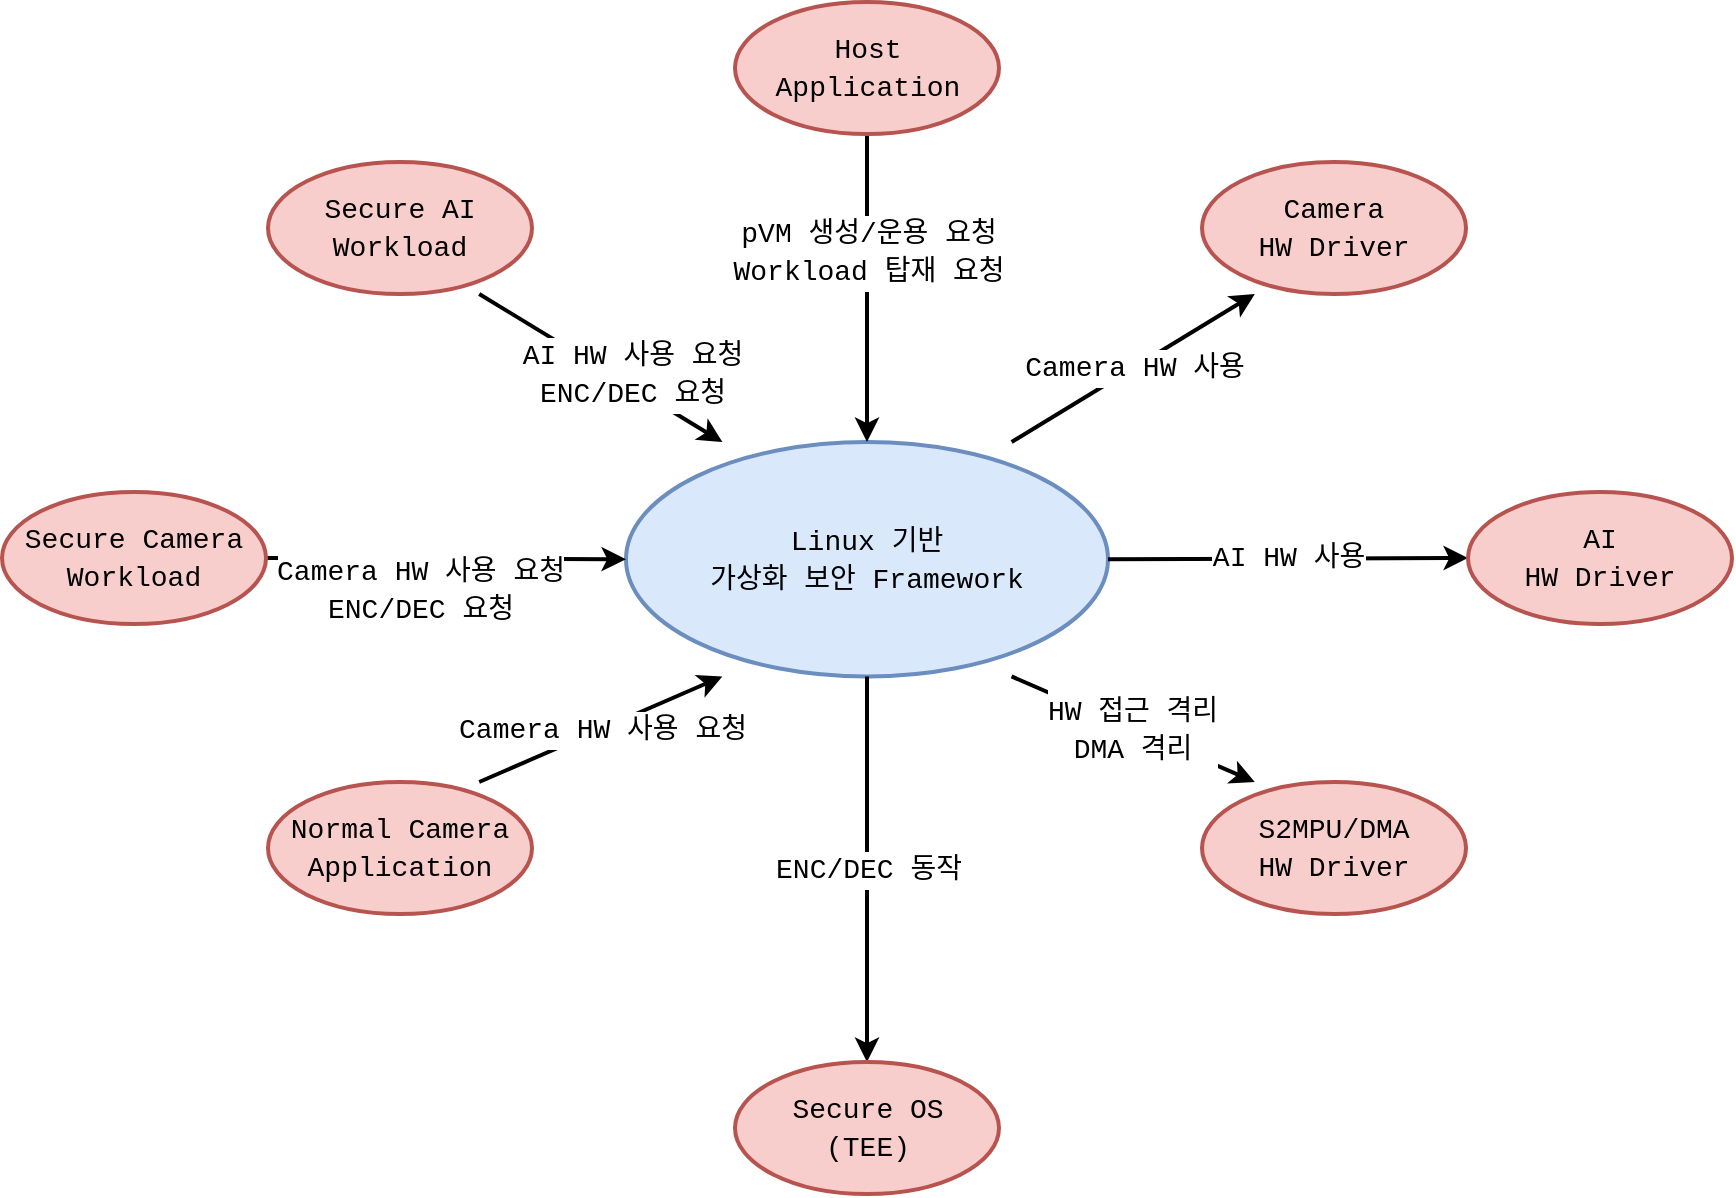
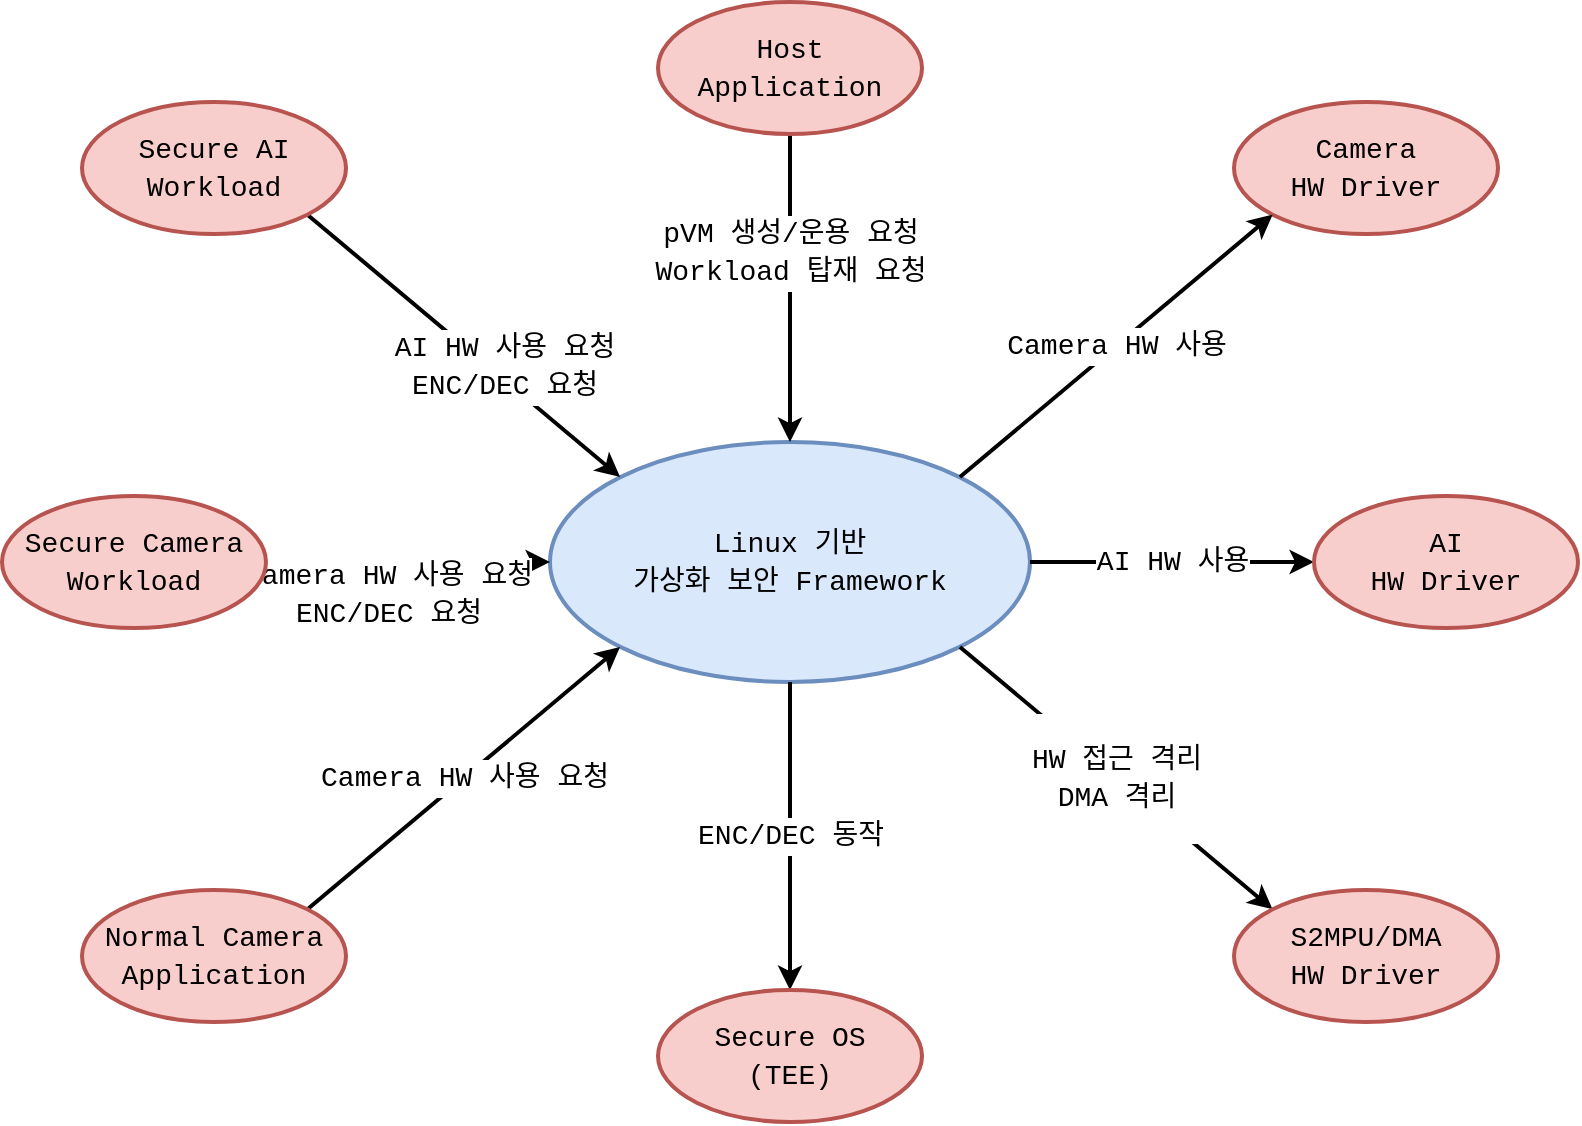
<mxfile host="Electron">
  <diagram name="페이지-1" id="O1gHUZku-QY6lvIbZebq">
    <mxGraphModel dx="320" dy="626" grid="1" gridSize="10" guides="1" tooltips="1" connect="1" arrows="1" fold="1" page="1" pageScale="1" pageWidth="827" pageHeight="1169" math="0" shadow="0">
      <root>
        <mxCell id="0" />
        <mxCell id="1" parent="0" />
        <mxCell id="WeuE258NsUWf7OQpjnIA-1" parent="1" style="ellipse;whiteSpace=wrap;html=1;labelBackgroundColor=none;strokeWidth=2;fillColor=#dae8fc;strokeColor=#6c8ebf;" value="&lt;div style=&quot;font-family: Consolas, &amp;quot;Courier New&amp;quot;, monospace; font-size: 14px; line-height: 19px; white-space: pre;&quot;&gt;&lt;span style=&quot;&quot;&gt;Linux 기반&lt;/span&gt;&lt;/div&gt;&lt;div style=&quot;font-family: Consolas, &amp;quot;Courier New&amp;quot;, monospace; font-size: 14px; line-height: 19px; white-space: pre;&quot;&gt;&lt;span style=&quot;&quot;&gt;가상화 보안 Framework&lt;/span&gt;&lt;/div&gt; " vertex="1">
-           <mxGeometry height="117.22" width="241" x="1259" y="900" as="geometry" />
+           <mxGeometry height="120" width="240" x="294" y="260" as="geometry" />
        </mxCell>
        <mxCell id="WeuE258NsUWf7OQpjnIA-2" edge="1" parent="1" source="WeuE258NsUWf7OQpjnIA-3" style="rounded=0;jettySize=auto;html=1;endArrow=classic;endFill=1;strokeWidth=2;startArrow=none;startFill=0;entryX=0.500;entryY=0.000;entryDx=0;entryDy=0;entryPerimeter=0;exitX=0.500;exitY=1.000;exitDx=0;exitDy=0;exitPerimeter=0;" target="WeuE258NsUWf7OQpjnIA-1" value="&lt;div style=&quot;color: rgb(0, 0, 0); background-color: rgb(255, 255, 255); font-family: Consolas, &amp;quot;Courier New&amp;quot;, monospace; font-weight: normal; font-size: 14px; line-height: 19px; white-space: pre;&quot;&gt;&lt;div&gt;&lt;span style=&quot;color: rgb(0, 0, 0);&quot;&gt;pVM 생성/운용 요청&lt;/span&gt;&lt;/div&gt;&lt;div&gt;&lt;span style=&quot;color: rgb(0, 0, 0);&quot;&gt;Workload 탑재 요청&lt;/span&gt;&lt;/div&gt;&lt;/div&gt;">
          <mxGeometry relative="1" x="-0.2381" as="geometry">
            <mxPoint as="offset" />
          </mxGeometry>
        </mxCell>
        <mxCell id="WeuE258NsUWf7OQpjnIA-3" parent="1" style="ellipse;whiteSpace=wrap;html=1;labelBackgroundColor=none;strokeWidth=2;fillColor=#f8cecc;strokeColor=#b85450;" value="&lt;div style=&quot;font-family: Consolas, &amp;quot;Courier New&amp;quot;, monospace; font-size: 14px; line-height: 19px; white-space: pre;&quot;&gt;&lt;div style=&quot;line-height: 19px;&quot;&gt;&lt;span style=&quot;&quot;&gt;Host&lt;/span&gt;&lt;/div&gt;&lt;div style=&quot;line-height: 19px;&quot;&gt;&lt;span style=&quot;&quot;&gt;Application&lt;/span&gt;&lt;/div&gt;&lt;/div&gt; " vertex="1">
-           <mxGeometry height="66" width="132" x="1313.5" y="680" as="geometry" />
+           <mxGeometry height="66" width="132" x="348" y="40" as="geometry" />
        </mxCell>
-         <mxCell id="WeuE258NsUWf7OQpjnIA-4" edge="1" parent="1" source="WeuE258NsUWf7OQpjnIA-5" style="rounded=0;jettySize=auto;html=1;endArrow=classic;endFill=1;strokeWidth=2;startArrow=none;startFill=0;entryX=0.200;entryY=0.000;entryDx=0;entryDy=0;entryPerimeter=0;exitX=0.800;exitY=1.000;exitDx=0;exitDy=0;exitPerimeter=0;" target="WeuE258NsUWf7OQpjnIA-1" value="&lt;div style=&quot;color: rgb(0, 0, 0); background-color: rgb(255, 255, 255); font-family: Consolas, &amp;quot;Courier New&amp;quot;, monospace; font-weight: normal; font-size: 14px; line-height: 19px; white-space: pre;&quot;&gt;&lt;div&gt;&lt;span style=&quot;color: rgb(0, 0, 0);&quot;&gt;AI HW 사용 요청&lt;/span&gt;&lt;/div&gt;&lt;div&gt;&lt;span style=&quot;color: rgb(0, 0, 0);&quot;&gt;ENC/DEC 요청&lt;/span&gt;&lt;/div&gt;&lt;/div&gt;">
+         <mxCell id="WeuE258NsUWf7OQpjnIA-4" edge="1" parent="1" source="WeuE258NsUWf7OQpjnIA-5" style="rounded=0;jettySize=auto;html=1;endArrow=classic;endFill=1;strokeWidth=2;startArrow=none;startFill=0;entryX=0.146;entryY=0.146;entryDx=0;entryDy=0;entryPerimeter=0;exitX=0.854;exitY=0.854;exitDx=0;exitDy=0;exitPerimeter=0;" target="WeuE258NsUWf7OQpjnIA-1" value="&lt;div style=&quot;color: rgb(0, 0, 0); background-color: rgb(255, 255, 255); font-family: Consolas, &amp;quot;Courier New&amp;quot;, monospace; font-weight: normal; font-size: 14px; line-height: 19px; white-space: pre;&quot;&gt;&lt;div&gt;&lt;span style=&quot;color: rgb(0, 0, 0);&quot;&gt;AI HW 사용 요청&lt;/span&gt;&lt;/div&gt;&lt;div&gt;&lt;span style=&quot;color: rgb(0, 0, 0);&quot;&gt;ENC/DEC 요청&lt;/span&gt;&lt;/div&gt;&lt;/div&gt;">
          <mxGeometry relative="1" x="0.2103" y="5" as="geometry">
            <mxPoint as="offset" />
          </mxGeometry>
        </mxCell>
        <mxCell id="WeuE258NsUWf7OQpjnIA-5" parent="1" style="ellipse;whiteSpace=wrap;html=1;labelBackgroundColor=none;strokeWidth=2;fillColor=#f8cecc;strokeColor=#b85450;" value="&lt;div style=&quot;font-family: Consolas, &amp;quot;Courier New&amp;quot;, monospace; font-size: 14px; line-height: 19px; white-space: pre;&quot;&gt;&lt;div style=&quot;line-height: 19px;&quot;&gt;&lt;div style=&quot;line-height: 19px;&quot;&gt;Secure AI&lt;/div&gt;&lt;div style=&quot;line-height: 19px;&quot;&gt;&lt;span style=&quot;background-color: transparent; color: light-dark(rgb(0, 0, 0), rgb(237, 237, 237));&quot;&gt;Workload&lt;/span&gt;&lt;br&gt;&lt;/div&gt;&lt;/div&gt;&lt;/div&gt; " vertex="1">
-           <mxGeometry height="66" width="132" x="1080" y="760" as="geometry" />
+           <mxGeometry height="66" width="132" x="60" y="90" as="geometry" />
        </mxCell>
        <mxCell id="WeuE258NsUWf7OQpjnIA-8" parent="1" style="ellipse;whiteSpace=wrap;html=1;fillColor=#f8cecc;labelBackgroundColor=none;strokeWidth=2;strokeColor=#b85450;" value="&lt;div style=&quot;font-family: Consolas, &amp;quot;Courier New&amp;quot;, monospace; font-size: 14px; line-height: 19px; white-space: pre;&quot;&gt;&lt;div style=&quot;line-height: 19px;&quot;&gt;&lt;div style=&quot;line-height: 19px;&quot;&gt;&lt;div style=&quot;line-height: 19px;&quot;&gt;&lt;div style=&quot;line-height: 19px;&quot;&gt;&lt;div style=&quot;line-height: 19px;&quot;&gt;Camera&lt;/div&gt;&lt;div style=&quot;line-height: 19px;&quot;&gt;HW Driver&lt;/div&gt;&lt;/div&gt;&lt;/div&gt;&lt;/div&gt;&lt;/div&gt;&lt;/div&gt; " vertex="1">
-           <mxGeometry height="66" width="132" x="1547" y="760" as="geometry" />
+           <mxGeometry height="66" width="132" x="636" y="90" as="geometry" />
        </mxCell>
        <mxCell id="WeuE258NsUWf7OQpjnIA-9" edge="1" parent="1" source="WeuE258NsUWf7OQpjnIA-10" style="rounded=0;jettySize=auto;html=1;endArrow=none;endFill=0;strokeWidth=2;startArrow=classic;startFill=1;entryX=1.000;entryY=0.500;entryDx=0;entryDy=0;entryPerimeter=0;exitX=0.000;exitY=0.500;exitDx=0;exitDy=0;exitPerimeter=0;" target="WeuE258NsUWf7OQpjnIA-1" value="&lt;div style=&quot;color: rgb(0, 0, 0); background-color: rgb(255, 255, 255); font-family: Consolas, &amp;quot;Courier New&amp;quot;, monospace; font-weight: normal; font-size: 14px; line-height: 19px; white-space: pre;&quot;&gt;&lt;div&gt;&lt;span style=&quot;color: rgb(0, 0, 0);&quot;&gt;AI HW 사용&lt;/span&gt;&lt;/div&gt;&lt;/div&gt;">
          <mxGeometry relative="1" as="geometry" />
        </mxCell>
        <mxCell id="WeuE258NsUWf7OQpjnIA-10" parent="1" style="ellipse;whiteSpace=wrap;html=1;fillColor=#f8cecc;labelBackgroundColor=none;strokeWidth=2;strokeColor=#b85450;" value="&lt;div style=&quot;font-family: Consolas, &amp;quot;Courier New&amp;quot;, monospace; font-size: 14px; line-height: 19px; white-space: pre;&quot;&gt;&lt;div style=&quot;line-height: 19px;&quot;&gt;&lt;div style=&quot;line-height: 19px;&quot;&gt;&lt;div style=&quot;line-height: 19px;&quot;&gt;&lt;div style=&quot;line-height: 19px;&quot;&gt;&lt;div style=&quot;line-height: 19px;&quot;&gt;&lt;div style=&quot;line-height: 19px;&quot;&gt;&lt;div style=&quot;line-height: 19px;&quot;&gt;AI&lt;/div&gt;&lt;div style=&quot;line-height: 19px;&quot;&gt;&lt;span style=&quot;color: light-dark(rgb(0, 0, 0), rgb(237, 237, 237));&quot;&gt;HW Driver&lt;/span&gt;&lt;/div&gt;&lt;/div&gt;&lt;/div&gt;&lt;/div&gt;&lt;/div&gt;&lt;/div&gt;&lt;/div&gt;&lt;/div&gt; " vertex="1">
-           <mxGeometry height="66" width="132" x="1680" y="925" as="geometry" />
+           <mxGeometry height="66" width="132" x="676" y="287" as="geometry" />
        </mxCell>
-         <mxCell id="WeuE258NsUWf7OQpjnIA-11" edge="1" parent="1" source="WeuE258NsUWf7OQpjnIA-12" style="rounded=0;jettySize=auto;html=1;endArrow=none;endFill=0;strokeWidth=2;startArrow=classic;startFill=1;entryX=0.800;entryY=1.000;entryDx=0;entryDy=0;entryPerimeter=0;exitX=0.200;exitY=0.000;exitDx=0;exitDy=0;exitPerimeter=0;" target="WeuE258NsUWf7OQpjnIA-1" value="&lt;br&gt;&lt;div style=&quot;color: rgb(0, 0, 0); background-color: rgb(255, 255, 255); font-family: Consolas, &amp;quot;Courier New&amp;quot;, monospace; font-weight: normal; font-size: 14px; line-height: 19px; white-space: pre;&quot;&gt;&lt;div&gt;&lt;span style=&quot;color: rgb(0, 0, 0);&quot;&gt;HW 접근 격리&lt;/span&gt;&lt;/div&gt;&lt;div&gt;&lt;span style=&quot;color: rgb(0, 0, 0);&quot;&gt;DMA 격리&lt;/span&gt;&lt;/div&gt;&lt;/div&gt;&lt;div&gt;&lt;br/&gt;&lt;/div&gt;">
+         <mxCell id="WeuE258NsUWf7OQpjnIA-11" edge="1" parent="1" source="WeuE258NsUWf7OQpjnIA-12" style="rounded=0;jettySize=auto;html=1;endArrow=none;endFill=0;strokeWidth=2;startArrow=classic;startFill=1;entryX=0.854;entryY=0.854;entryDx=0;entryDy=0;entryPerimeter=0;exitX=0.146;exitY=0.146;exitDx=0;exitDy=0;exitPerimeter=0;" target="WeuE258NsUWf7OQpjnIA-1" value="&lt;br&gt;&lt;div style=&quot;color: rgb(0, 0, 0); background-color: rgb(255, 255, 255); font-family: Consolas, &amp;quot;Courier New&amp;quot;, monospace; font-weight: normal; font-size: 14px; line-height: 19px; white-space: pre;&quot;&gt;&lt;div&gt;&lt;span style=&quot;color: rgb(0, 0, 0);&quot;&gt;HW 접근 격리&lt;/span&gt;&lt;/div&gt;&lt;div&gt;&lt;span style=&quot;color: rgb(0, 0, 0);&quot;&gt;DMA 격리&lt;/span&gt;&lt;/div&gt;&lt;/div&gt;&lt;div&gt;&lt;br/&gt;&lt;/div&gt;">
          <mxGeometry relative="1" as="geometry" />
        </mxCell>
        <mxCell id="WeuE258NsUWf7OQpjnIA-12" parent="1" style="ellipse;whiteSpace=wrap;html=1;fillColor=#f8cecc;labelBackgroundColor=none;strokeWidth=2;strokeColor=#b85450;" value="&lt;div style=&quot;forced-color-adjust: none; color: rgb(0, 0, 0); font-family: Consolas, &amp;quot;Courier New&amp;quot;, monospace; font-size: 14px; font-style: normal; font-variant-ligatures: normal; font-variant-caps: normal; font-weight: 400; letter-spacing: normal; orphans: 2; text-align: center; text-indent: 0px; text-transform: none; widows: 2; word-spacing: 0px; -webkit-text-stroke-width: 0px; white-space: pre; text-decoration-thickness: initial; text-decoration-style: initial; text-decoration-color: initial; line-height: 19px;&quot;&gt;S2MPU/DMA&lt;/div&gt;&lt;div style=&quot;forced-color-adjust: none; color: rgb(0, 0, 0); font-family: Consolas, &amp;quot;Courier New&amp;quot;, monospace; font-size: 14px; font-style: normal; font-variant-ligatures: normal; font-variant-caps: normal; font-weight: 400; letter-spacing: normal; orphans: 2; text-align: center; text-indent: 0px; text-transform: none; widows: 2; word-spacing: 0px; -webkit-text-stroke-width: 0px; white-space: pre; text-decoration-thickness: initial; text-decoration-style: initial; text-decoration-color: initial; line-height: 19px;&quot;&gt;HW Driver&lt;/div&gt;" vertex="1">
-           <mxGeometry height="66" width="132" x="1547" y="1070" as="geometry" />
+           <mxGeometry height="66" width="132" x="636" y="484" as="geometry" />
        </mxCell>
-         <mxCell id="WeuE258NsUWf7OQpjnIA-13" edge="1" parent="1" source="WeuE258NsUWf7OQpjnIA-14" style="rounded=0;jettySize=auto;html=1;endArrow=classic;endFill=1;strokeWidth=2;startArrow=none;startFill=0;entryX=0.200;entryY=1.000;entryDx=0;entryDy=0;entryPerimeter=0;exitX=0.800;exitY=0.000;exitDx=0;exitDy=0;exitPerimeter=0;" target="WeuE258NsUWf7OQpjnIA-1" value="&lt;div style=&quot;color: rgb(0, 0, 0); background-color: rgb(255, 255, 255); font-family: Consolas, &amp;quot;Courier New&amp;quot;, monospace; font-weight: normal; font-size: 14px; line-height: 19px; white-space: pre;&quot;&gt;&lt;div&gt;&lt;span style=&quot;color: rgb(0, 0, 0);&quot;&gt;Camera HW 사용 요청&lt;/span&gt;&lt;/div&gt;&lt;/div&gt;">
+         <mxCell id="WeuE258NsUWf7OQpjnIA-13" edge="1" parent="1" source="WeuE258NsUWf7OQpjnIA-14" style="rounded=0;jettySize=auto;html=1;endArrow=classic;endFill=1;strokeWidth=2;startArrow=none;startFill=0;entryX=0.146;entryY=0.854;entryDx=0;entryDy=0;entryPerimeter=0;exitX=0.854;exitY=0.146;exitDx=0;exitDy=0;exitPerimeter=0;" target="WeuE258NsUWf7OQpjnIA-1" value="&lt;div style=&quot;color: rgb(0, 0, 0); background-color: rgb(255, 255, 255); font-family: Consolas, &amp;quot;Courier New&amp;quot;, monospace; font-weight: normal; font-size: 14px; line-height: 19px; white-space: pre;&quot;&gt;&lt;div&gt;&lt;span style=&quot;color: rgb(0, 0, 0);&quot;&gt;Camera HW 사용 요청&lt;/span&gt;&lt;/div&gt;&lt;/div&gt;">
          <mxGeometry relative="1" as="geometry" />
        </mxCell>
        <mxCell id="WeuE258NsUWf7OQpjnIA-14" parent="1" style="ellipse;whiteSpace=wrap;html=1;labelBackgroundColor=none;strokeWidth=2;fillColor=#f8cecc;strokeColor=#b85450;" value="&lt;div style=&quot;font-family: Consolas, &amp;quot;Courier New&amp;quot;, monospace; font-size: 14px; line-height: 19px; white-space: pre;&quot;&gt;&lt;div style=&quot;line-height: 19px;&quot;&gt;&lt;div style=&quot;line-height: 19px;&quot;&gt;&lt;div style=&quot;line-height: 19px;&quot;&gt;&lt;div style=&quot;line-height: 19px;&quot;&gt;Normal Camera&lt;/div&gt;&lt;div style=&quot;line-height: 19px;&quot;&gt;Application&lt;/div&gt;&lt;/div&gt;&lt;/div&gt;&lt;/div&gt;&lt;/div&gt; " vertex="1">
-           <mxGeometry height="66" width="132" x="1080" y="1070" as="geometry" />
+           <mxGeometry height="66" width="132" x="60" y="484" as="geometry" />
        </mxCell>
        <mxCell id="WeuE258NsUWf7OQpjnIA-15" edge="1" parent="1" source="WeuE258NsUWf7OQpjnIA-16" style="rounded=0;jettySize=auto;html=1;endArrow=none;endFill=0;strokeWidth=2;startArrow=classic;startFill=1;entryX=0.500;entryY=1.000;entryDx=0;entryDy=0;entryPerimeter=0;exitX=0.500;exitY=0.000;exitDx=0;exitDy=0;exitPerimeter=0;" target="WeuE258NsUWf7OQpjnIA-1" value="&lt;div style=&quot;color: rgb(0, 0, 0); background-color: rgb(255, 255, 255); font-family: Consolas, &amp;quot;Courier New&amp;quot;, monospace; font-weight: normal; font-size: 14px; line-height: 19px; white-space: pre;&quot;&gt;&lt;div&gt;&lt;span style=&quot;color: rgb(0, 0, 0);&quot;&gt;ENC/DEC 동작&lt;/span&gt;&lt;/div&gt;&lt;/div&gt;">
          <mxGeometry relative="1" as="geometry" />
        </mxCell>
        <mxCell id="WeuE258NsUWf7OQpjnIA-16" parent="1" style="ellipse;whiteSpace=wrap;html=1;fillColor=#f8cecc;labelBackgroundColor=none;strokeWidth=2;strokeColor=#b85450;" value="&lt;div style=&quot;font-family: Consolas, &amp;quot;Courier New&amp;quot;, monospace; font-size: 14px; line-height: 19px; white-space: pre;&quot;&gt;&lt;div style=&quot;line-height: 19px;&quot;&gt;&lt;div style=&quot;line-height: 19px;&quot;&gt;&lt;div style=&quot;line-height: 19px;&quot;&gt;&lt;div style=&quot;line-height: 19px;&quot;&gt;&lt;div style=&quot;line-height: 19px;&quot;&gt;&lt;div style=&quot;line-height: 19px;&quot;&gt;Secure OS&lt;/div&gt;&lt;div style=&quot;line-height: 19px;&quot;&gt;(TEE)&lt;/div&gt;&lt;/div&gt;&lt;/div&gt;&lt;/div&gt;&lt;/div&gt;&lt;/div&gt;&lt;/div&gt; " vertex="1">
-           <mxGeometry height="66" width="132" x="1313.5" y="1210" as="geometry" />
+           <mxGeometry height="66" width="132" x="348" y="534" as="geometry" />
        </mxCell>
        <mxCell id="WeuE258NsUWf7OQpjnIA-17" edge="1" parent="1" source="WeuE258NsUWf7OQpjnIA-18" style="rounded=0;jettySize=auto;html=1;endArrow=classic;endFill=1;strokeWidth=2;startArrow=none;startFill=0;entryX=0.000;entryY=0.500;entryDx=0;entryDy=0;entryPerimeter=0;exitX=1.000;exitY=0.500;exitDx=0;exitDy=0;exitPerimeter=0;" target="WeuE258NsUWf7OQpjnIA-1" value="&lt;div style=&quot;color: rgb(0, 0, 0); background-color: rgb(255, 255, 255); font-family: Consolas, &amp;quot;Courier New&amp;quot;, monospace; font-weight: normal; font-size: 14px; line-height: 19px; white-space: pre;&quot;&gt;&lt;div&gt;&lt;span style=&quot;color: rgb(0, 0, 0);&quot;&gt;Camera HW 사용 요청&lt;/span&gt;&lt;/div&gt;&lt;div&gt;&lt;span style=&quot;color: rgb(0, 0, 0);&quot;&gt;ENC/DEC 요청&lt;/span&gt;&lt;/div&gt;&lt;/div&gt;">
          <mxGeometry relative="1" x="-0.145" y="-16" as="geometry">
            <mxPoint as="offset" />
          </mxGeometry>
        </mxCell>
        <mxCell id="WeuE258NsUWf7OQpjnIA-18" parent="1" style="ellipse;whiteSpace=wrap;html=1;labelBackgroundColor=none;strokeWidth=2;fillColor=#f8cecc;strokeColor=#b85450;" value="&lt;div style=&quot;font-family: Consolas, &amp;quot;Courier New&amp;quot;, monospace; font-size: 14px; line-height: 19px; white-space: pre;&quot;&gt;&lt;div style=&quot;line-height: 19px;&quot;&gt;&lt;div style=&quot;line-height: 19px;&quot;&gt;&lt;div style=&quot;line-height: 19px;&quot;&gt;Secure Camera&lt;/div&gt;&lt;div style=&quot;line-height: 19px;&quot;&gt;Workload&lt;/div&gt;&lt;/div&gt;&lt;/div&gt;&lt;/div&gt; " vertex="1">
-           <mxGeometry height="66" width="132" x="947" y="925" as="geometry" />
+           <mxGeometry height="66" width="132" x="20" y="287" as="geometry" />
        </mxCell>
-         <mxCell id="WeuE258NsUWf7OQpjnIA-19" edge="1" parent="1" source="WeuE258NsUWf7OQpjnIA-8" style="rounded=0;jettySize=auto;html=1;endArrow=none;endFill=0;strokeWidth=2;startArrow=classic;startFill=1;entryX=0.800;entryY=0.000;entryDx=0;entryDy=0;entryPerimeter=0;exitX=0.200;exitY=1.000;exitDx=0;exitDy=0;exitPerimeter=0;" target="WeuE258NsUWf7OQpjnIA-1" value="&lt;div style=&quot;color: rgb(0, 0, 0); background-color: rgb(255, 255, 255); font-family: Consolas, &amp;quot;Courier New&amp;quot;, monospace; font-weight: normal; font-size: 14px; line-height: 19px; white-space: pre;&quot;&gt;&lt;div&gt;&lt;span style=&quot;color: rgb(0, 0, 0);&quot;&gt;Camera HW 사용&lt;/span&gt;&lt;/div&gt;&lt;/div&gt;">
+         <mxCell id="WeuE258NsUWf7OQpjnIA-19" edge="1" parent="1" source="WeuE258NsUWf7OQpjnIA-8" style="rounded=0;jettySize=auto;html=1;endArrow=none;endFill=0;strokeWidth=2;startArrow=classic;startFill=1;entryX=0.854;entryY=0.146;entryDx=0;entryDy=0;entryPerimeter=0;exitX=0.146;exitY=0.854;exitDx=0;exitDy=0;exitPerimeter=0;" target="WeuE258NsUWf7OQpjnIA-1" value="&lt;div style=&quot;color: rgb(0, 0, 0); background-color: rgb(255, 255, 255); font-family: Consolas, &amp;quot;Courier New&amp;quot;, monospace; font-weight: normal; font-size: 14px; line-height: 19px; white-space: pre;&quot;&gt;&lt;div&gt;&lt;span style=&quot;color: rgb(0, 0, 0);&quot;&gt;Camera HW 사용&lt;/span&gt;&lt;/div&gt;&lt;/div&gt;">
          <mxGeometry relative="1" as="geometry" />
        </mxCell>
      </root>
    </mxGraphModel>
  </diagram>
</mxfile>
